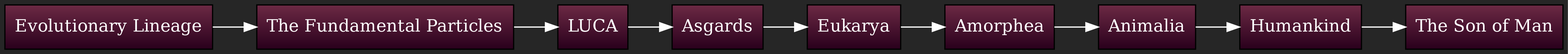
Earlier version of the Graphviz export graphs/Evolutionary_Lineage.png (julianfl0w/Deism). Its source is kept beside it as graphs/Evolutionary_Lineage.dot.
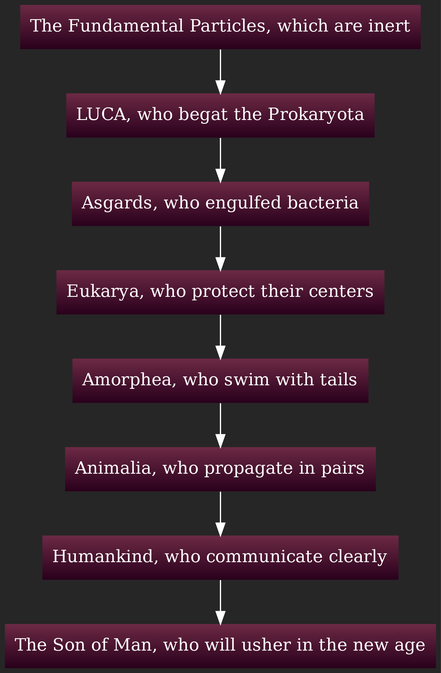
The same diagram one commit later.

Diff of the diagram source:
```diff
@@ -1,26 +1,24 @@
 digraph D {
-rankdir = LR
+rankdir = TB
 style = filled
 fontcolor = white
 color = white
 bgcolor = "#262626"
 gradientangle = 0
 dpi = 300
-"cluster_45" [rankdir=LR, shape=box, color=black, fontcolor=white, fillcolor="#6C2944:#29001C", style=filled, gradientangle=270.05, label="Evolutionary Lineage"]
-"cluster_46" [rankdir=LR, shape=box, color=black, fontcolor=white, fillcolor="#6C2944:#29001C", style=filled, gradientangle=270.05, label="The Fundamental Particles"]
-"cluster_47" [rankdir=LR, shape=box, color=black, fontcolor=white, fillcolor="#6C2944:#29001C", style=filled, gradientangle=270.05, label="LUCA"]
-"cluster_48" [rankdir=LR, shape=box, color=black, fontcolor=white, fillcolor="#6C2944:#29001C", style=filled, gradientangle=270.05, label="Asgards"]
-"cluster_49" [rankdir=LR, shape=box, color=black, fontcolor=white, fillcolor="#6C2944:#29001C", style=filled, gradientangle=270.05, label="Eukarya"]
-"cluster_50" [rankdir=LR, shape=box, color=black, fontcolor=white, fillcolor="#6C2944:#29001C", style=filled, gradientangle=270.05, label="Amorphea"]
-"cluster_51" [rankdir=LR, shape=box, color=black, fontcolor=white, fillcolor="#6C2944:#29001C", style=filled, gradientangle=270.05, label="Animalia"]
-"cluster_52" [rankdir=LR, shape=box, color=black, fontcolor=white, fillcolor="#6C2944:#29001C", style=filled, gradientangle=270.05, label="Humankind"]
-"cluster_53" [rankdir=LR, shape=box, color=black, fontcolor=white, fillcolor="#6C2944:#29001C", style=filled, gradientangle=270.05, label="The Son of Man"]
-"cluster_52" -> "cluster_53" [color=white, penwidth=1, ltail="cluster_52", lhead="cluster_53"]
-"cluster_51" -> "cluster_52" [color=white, penwidth=1, ltail="cluster_52", lhead="cluster_53"]
-"cluster_50" -> "cluster_51" [color=white, penwidth=1, ltail="cluster_52", lhead="cluster_53"]
-"cluster_49" -> "cluster_50" [color=white, penwidth=1, ltail="cluster_52", lhead="cluster_53"]
-"cluster_48" -> "cluster_49" [color=white, penwidth=1, ltail="cluster_52", lhead="cluster_53"]
-"cluster_47" -> "cluster_48" [color=white, penwidth=1, ltail="cluster_52", lhead="cluster_53"]
-"cluster_46" -> "cluster_47" [color=white, penwidth=1, ltail="cluster_52", lhead="cluster_53"]
-"cluster_45" -> "cluster_46" [color=white, penwidth=1, ltail="cluster_52", lhead="cluster_53"]
+"cluster_40" [rankdir=TB, shape=box, penwidth=0, color=black, fontcolor=white, fillcolor="#6C2944:#29001C", style=filled, gradientangle=270.05, label="The Fundamental Particles, which are inert"]
+"cluster_41" [rankdir=TB, shape=box, penwidth=0, color=black, fontcolor=white, fillcolor="#6C2944:#29001C", style=filled, gradientangle=270.05, label="LUCA, who begat the Prokaryota"]
+"cluster_42" [rankdir=TB, shape=box, penwidth=0, color=black, fontcolor=white, fillcolor="#6C2944:#29001C", style=filled, gradientangle=270.05, label="Asgards, who engulfed bacteria"]
+"cluster_43" [rankdir=TB, shape=box, penwidth=0, color=black, fontcolor=white, fillcolor="#6C2944:#29001C", style=filled, gradientangle=270.05, label="Eukarya, who protect their centers"]
+"cluster_44" [rankdir=TB, shape=box, penwidth=0, color=black, fontcolor=white, fillcolor="#6C2944:#29001C", style=filled, gradientangle=270.05, label="Amorphea, who swim with tails"]
+"cluster_45" [rankdir=TB, shape=box, penwidth=0, color=black, fontcolor=white, fillcolor="#6C2944:#29001C", style=filled, gradientangle=270.05, label="Animalia, who propagate in pairs"]
+"cluster_46" [rankdir=TB, shape=box, penwidth=0, color=black, fontcolor=white, fillcolor="#6C2944:#29001C", style=filled, gradientangle=270.05, label="Humankind, who communicate clearly"]
+"cluster_47" [rankdir=TB, shape=box, penwidth=0, color=black, fontcolor=white, fillcolor="#6C2944:#29001C", style=filled, gradientangle=270.05, label="The Son of Man, who will usher in the new age"]
+"cluster_46" -> "cluster_47" [color=white, penwidth=1, ltail="cluster_46", lhead="cluster_47"]
+"cluster_45" -> "cluster_46" [color=white, penwidth=1, ltail="cluster_46", lhead="cluster_47"]
+"cluster_44" -> "cluster_45" [color=white, penwidth=1, ltail="cluster_46", lhead="cluster_47"]
+"cluster_43" -> "cluster_44" [color=white, penwidth=1, ltail="cluster_46", lhead="cluster_47"]
+"cluster_42" -> "cluster_43" [color=white, penwidth=1, ltail="cluster_46", lhead="cluster_47"]
+"cluster_41" -> "cluster_42" [color=white, penwidth=1, ltail="cluster_46", lhead="cluster_47"]
+"cluster_40" -> "cluster_41" [color=white, penwidth=1, ltail="cluster_46", lhead="cluster_47"]
 }
```
